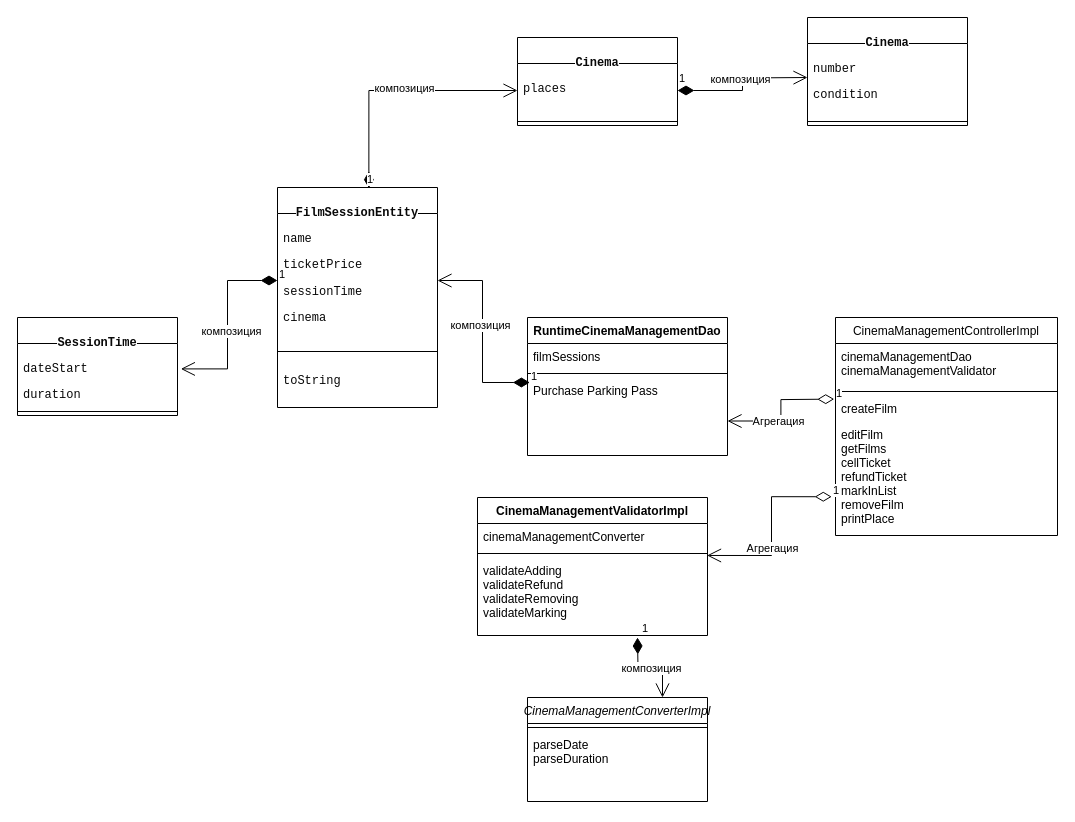
Above: Диаграмма без названия.drawio in nikitaptl/works-Java-Kotlin (draw.io), before the change. Source tidied: cells renumbered, new cells numbered last; positions are measured from the earlier drawing's top-left corner, leaving out a move shared by most shapes. Both pictures are drawn from the tidied source at 100%, with x=0, y=0 at pixel (17, 17).
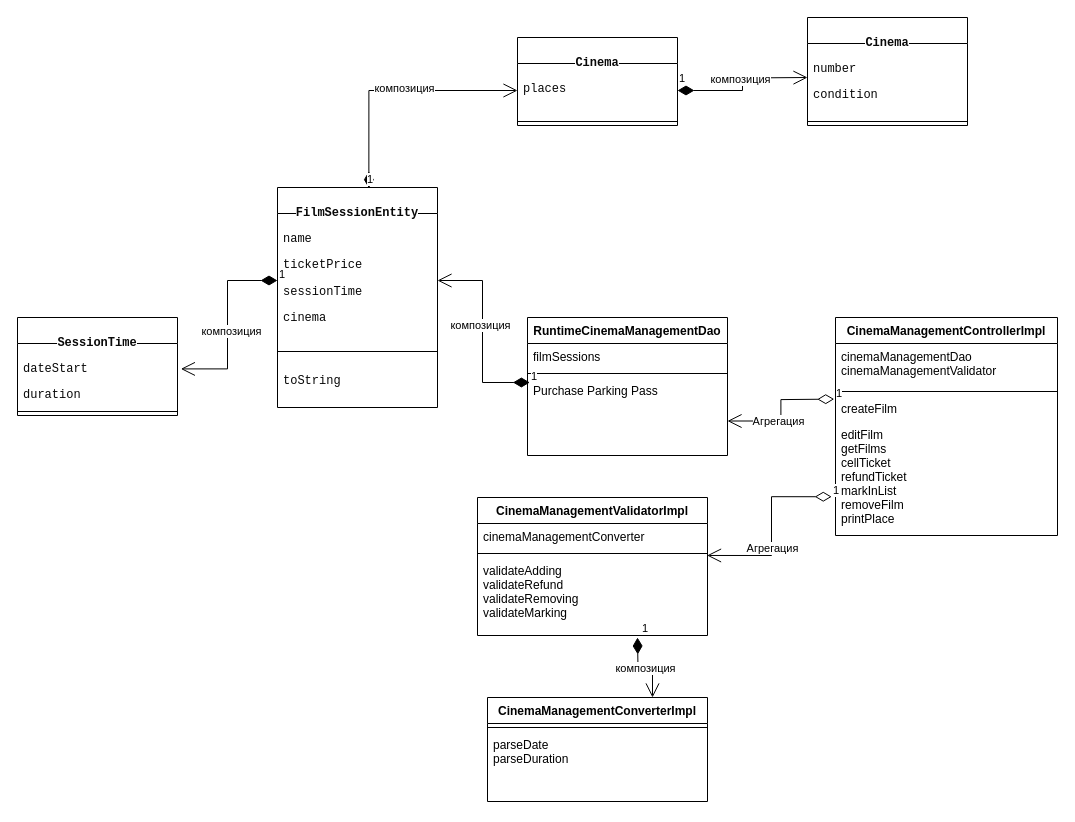
After the change.

Change to the diagram source:
```diff
@@
-    <mxCell id="6" value="CinemaManagementControllerImpl" style="swimlane;fontStyle=0;align=center;verticalAlign=top;horizontal=1;startSize=26;rounded=0;shadow=0;strokeWidth=1;" parent="1" vertex="1">
+    <mxCell id="6" value="CinemaManagementControllerImpl" style="swimlane;fontStyle=1;align=center;verticalAlign=top;horizontal=1;startSize=26;rounded=0;shadow=0;strokeWidth=1;" parent="1" vertex="1">
       <mxGeometry x="818" y="300" width="222" height="218" as="geometry" />
     </mxCell>
@@
-    <mxCell id="19" value="CinemaManagementConverterImpl" style="swimlane;fontStyle=2;align=center;verticalAlign=top;horizontal=1;startSize=26;rounded=0;shadow=0;strokeWidth=1;" parent="1" vertex="1">
-      <mxGeometry x="510" y="680" width="180" height="104" as="geometry" />
+    <mxCell id="19" value="CinemaManagementConverterImpl" style="swimlane;fontStyle=1;align=center;verticalAlign=top;horizontal=1;startSize=26;rounded=0;shadow=0;strokeWidth=1;" parent="1" vertex="1">
+      <mxGeometry x="470" y="680" width="220" height="104" as="geometry" />
     </mxCell>
     <mxCell id="20" style="line;html=1;strokeWidth=1;align=left;verticalAlign=middle;spacingTop=-1;spacingLeft=3;spacingRight=3;labelPosition=right;" parent="19" vertex="1">
-      <mxGeometry y="26" width="180" height="8" as="geometry" />
+      <mxGeometry y="26" width="220" height="8" as="geometry" />
     </mxCell>
     <mxCell id="21" value="parseDate&#10;parseDuration" style="text;align=left;verticalAlign=top;spacingLeft=4;spacingRight=4;overflow=hidden;" parent="19" vertex="1">
-      <mxGeometry y="34" width="180" height="70" as="geometry" />
+      <mxGeometry y="34" width="220" height="70" as="geometry" />
     </mxCell>
```
